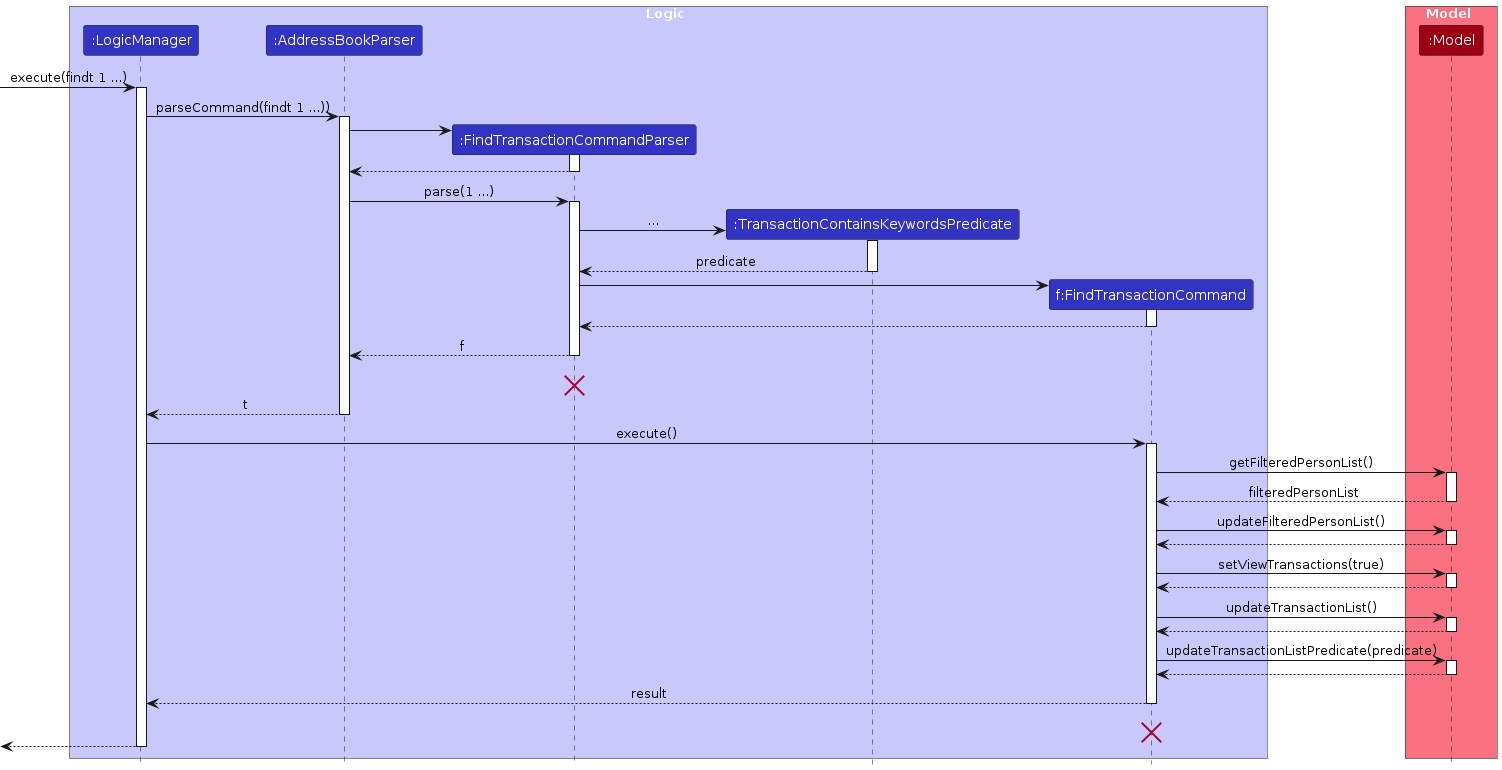
reginateh/tp keeps this PlantUML diagram as diagrams/FindTransactionsDiagram.png. Above is the earlier version. Its source is kept beside it as diagrams/FindTransactionsDiagram.puml.
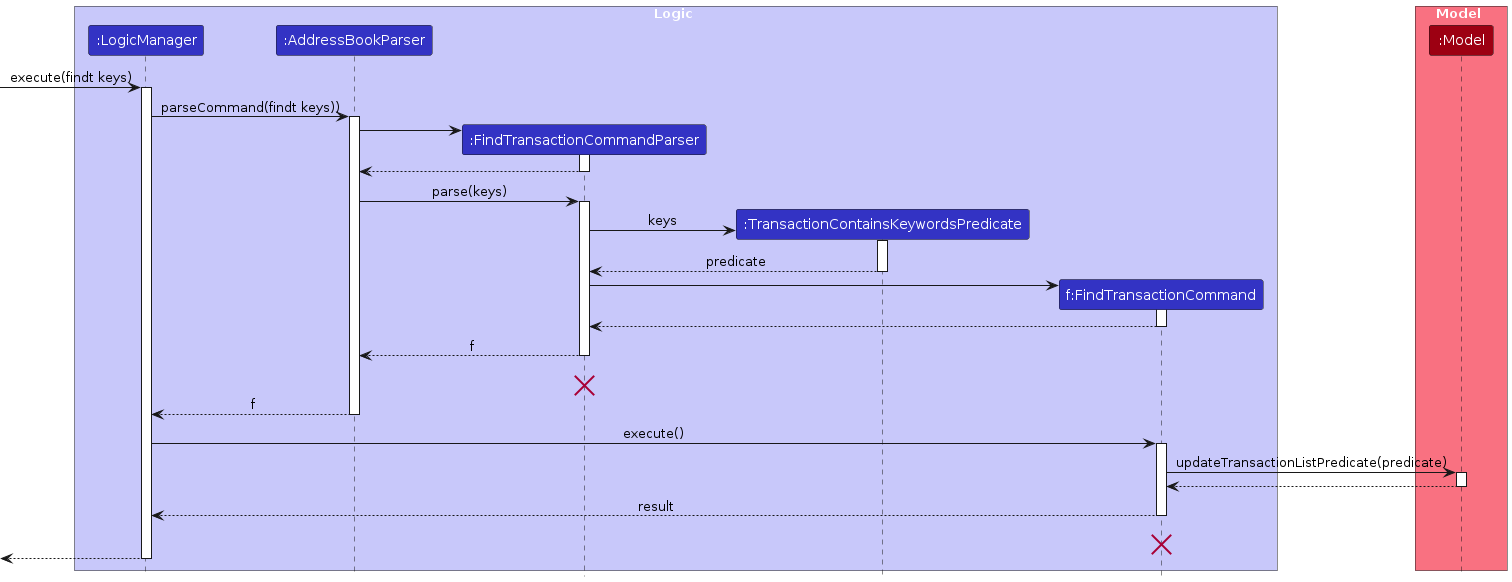
After the commit.

What changed in the source:
```diff
@@ -13,10 +13,10 @@
 box Model MODEL_COLOR_T1
 participant ":Model" as Model MODEL_COLOR
 end box
-[-> LogicManager : execute(findt 1 ...)
+[-> LogicManager : execute(findt keys)
 activate LogicManager
 
-LogicManager -> AddressBookParser : parseCommand(findt 1 ...))
+LogicManager -> AddressBookParser : parseCommand(findt keys))
 activate AddressBookParser
 create FindTransactionCommandParser
 AddressBookParser -> FindTransactionCommandParser
@@ -25,11 +25,11 @@
 FindTransactionCommandParser --> AddressBookParser
 deactivate FindTransactionCommandParser
 
-AddressBookParser -> FindTransactionCommandParser : parse(1 ...)
+AddressBookParser -> FindTransactionCommandParser : parse(keys)
 activate FindTransactionCommandParser
 
 create TransactionContainsKeywordsPredicate
-FindTransactionCommandParser -> TransactionContainsKeywordsPredicate : ...
+FindTransactionCommandParser -> TransactionContainsKeywordsPredicate : keys
 activate TransactionContainsKeywordsPredicate
 
 TransactionContainsKeywordsPredicate --> FindTransactionCommandParser : predicate
@@ -48,35 +48,11 @@
 FindTransactionCommandParser -[hidden]-> AddressBookParser : f
 destroy FindTransactionCommandParser
 
-AddressBookParser --> LogicManager : t
+AddressBookParser --> LogicManager : f
 deactivate AddressBookParser
 
 LogicManager -> FindTransactionCommand : execute()
 activate FindTransactionCommand
-
-FindTransactionCommand -> Model : getFilteredPersonList()
-activate Model
-
-Model --> FindTransactionCommand : filteredPersonList
-deactivate Model
-
-FindTransactionCommand -> Model : updateFilteredPersonList()
-activate Model
-
-Model --> FindTransactionCommand
-deactivate Model
-
-FindTransactionCommand -> Model : setViewTransactions(true)
-activate Model
-
-Model --> FindTransactionCommand
-deactivate Model
-
-FindTransactionCommand -> Model : updateTransactionList()
-activate Model
-
-Model --> FindTransactionCommand
-deactivate Model
 
 FindTransactionCommand -> Model : updateTransactionListPredicate(predicate)
 activate Model
```
